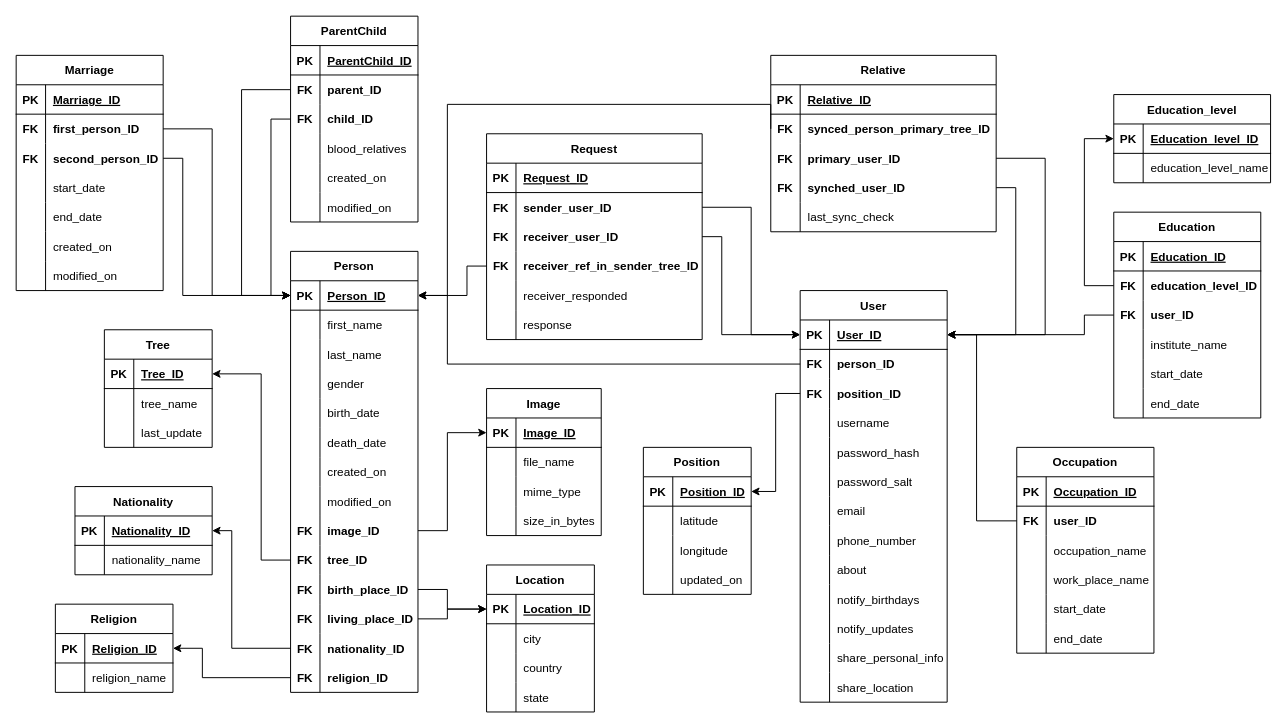
Before: genealoryTree.drawio in bogdandr14/Genealogy-Tree, a draw.io diagram. Source tidied: cells renumbered, new cells numbered last; positions are measured from the earlier drawing's top-left corner, leaving out a move shared by most shapes. Both pictures are drawn from the tidied source at 98%, with x=0, y=0 at pixel (16, 16).
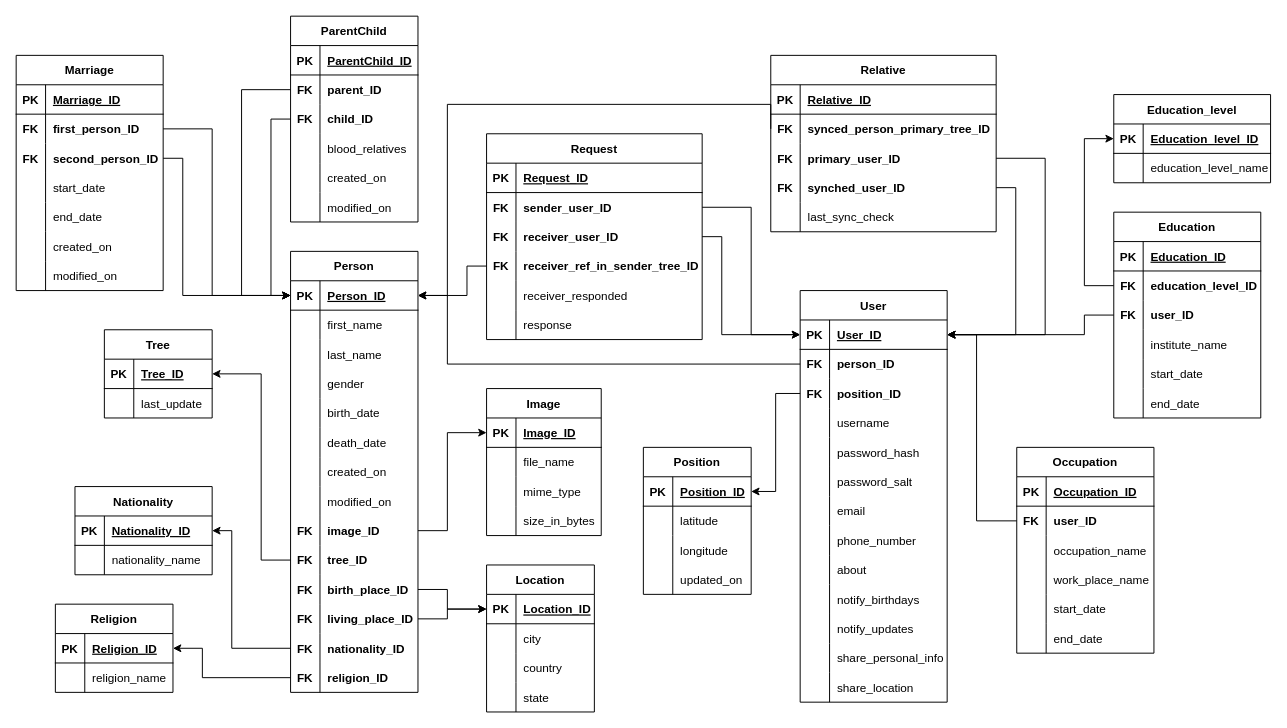
Above is the later version.

Change to the diagram source:
```diff
@@
     <mxCell id="243" value="Tree" style="shape=table;startSize=30;childLayout=tableLayout;rowLines=0;fontStyle=1;align=center;" parent="1" vertex="1">
-      <mxGeometry x="90" y="320" width="110" height="120" as="geometry" />
+      <mxGeometry x="90" y="320" width="110" height="90" as="geometry" />
     </mxCell>
@@
-    <mxCell id="247" style="shape=partialRectangle;fillColor=none;top=0;left=0;bottom=0;right=0;" parent="243" vertex="1">
-      <mxGeometry y="60" width="110" height="30" as="geometry" />
-    </mxCell>
-    <mxCell id="248" style="shape=partialRectangle;fillColor=none;top=0;left=0;bottom=0;right=0;overflow=hidden;" parent="247" vertex="1">
-      <mxGeometry width="30" height="30" as="geometry" />
-    </mxCell>
-    <mxCell id="249" value="tree_name" style="shape=partialRectangle;fillColor=none;top=0;left=0;bottom=0;right=0;align=left;spacingLeft=6;overflow=hidden;" parent="247" vertex="1">
-      <mxGeometry x="30" width="80" height="30" as="geometry" />
-    </mxCell>
     <mxCell id="250" style="shape=partialRectangle;fillColor=none;top=0;left=0;bottom=0;right=0;" parent="243" vertex="1">
-      <mxGeometry y="90" width="110" height="30" as="geometry" />
+      <mxGeometry y="60" width="110" height="30" as="geometry" />
     </mxCell>
```
